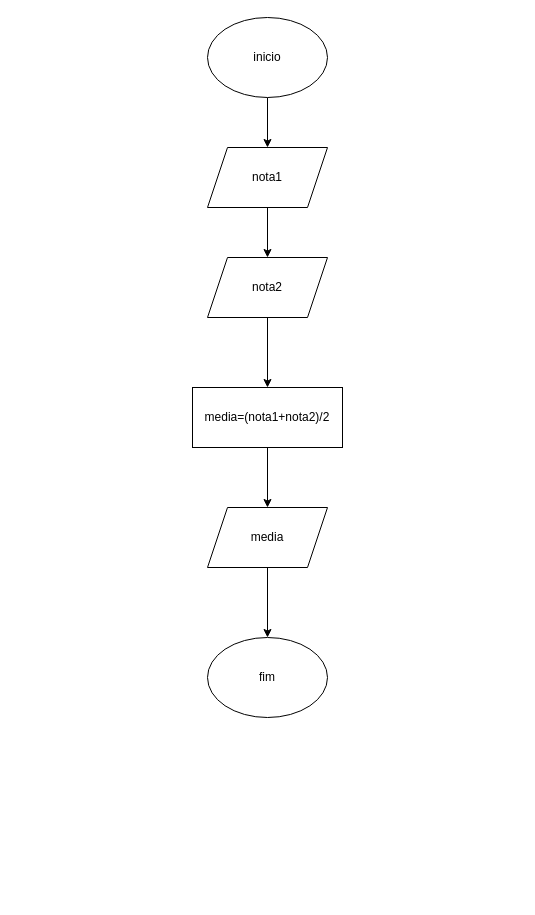
This is aula3/media.drawio from HendriKing/linguagemc, a draw.io file, before an edit. Source tidied: cells renumbered, new cells numbered last; positions are measured from the earlier drawing's top-left corner, leaving out a move shared by most shapes. Both pictures are drawn from the tidied source at 100%, with x=0, y=0 at pixel (192, 17).
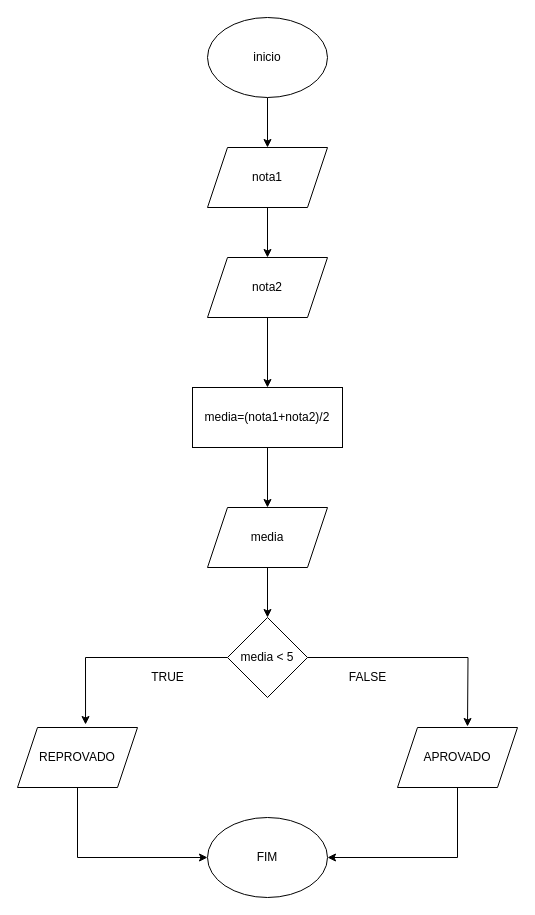
The same diagram, later.

The change refers to these unchanged cells:
```xml
<mxCell id="11" value="media" style="shape=parallelogram;perimeter=parallelogramPerimeter;whiteSpace=wrap;html=1;fixedSize=1;" parent="1" vertex="1">
  <mxGeometry x="15" y="490" width="120" height="60" as="geometry" />
</mxCell>
```

The edit, as a diff of the source:
```diff
@@
-    <mxCell id="10" style="edgeStyle=orthogonalEdgeStyle;rounded=0;jettySize=auto;html=1;entryX=0.5;entryY=0;entryDx=0;entryDy=0;" parent="1" edge="1" source="11" target="12">
-      <mxGeometry relative="1" as="geometry" />
-    </mxCell>
+    <mxCell id="13" style="edgeStyle=orthogonalEdgeStyle;rounded=0;jettySize=auto;html=1;" parent="1" edge="1" source="11" target="16">
+      <mxGeometry relative="1" as="geometry" />
+    </mxCell>
@@
-    <mxCell id="12" value="fim" style="ellipse;whiteSpace=wrap;html=1;" parent="1" vertex="1">
-      <mxGeometry x="15" y="620" width="120" height="80" as="geometry" />
-    </mxCell>
+    <mxCell id="14" style="edgeStyle=orthogonalEdgeStyle;rounded=0;jettySize=auto;html=1;entryX=0.567;entryY=-0.05;entryDx=0;entryDy=0;entryPerimeter=0;" parent="1" edge="1" source="16" target="18">
+      <mxGeometry relative="1" as="geometry" />
+    </mxCell>
+    <mxCell id="15" style="edgeStyle=orthogonalEdgeStyle;rounded=0;jettySize=auto;html=1;" parent="1" edge="1" source="16">
+      <mxGeometry relative="1" as="geometry">
+        <mxPoint x="275" y="709" as="targetPoint" />
+      </mxGeometry>
+    </mxCell>
+    <mxCell id="16" value="media &amp;lt; 5" style="rhombus;whiteSpace=wrap;html=1;" parent="1" vertex="1">
+      <mxGeometry x="35" y="600" width="80" height="80" as="geometry" />
+    </mxCell>
+    <mxCell id="17" style="edgeStyle=orthogonalEdgeStyle;rounded=0;jettySize=auto;html=1;entryX=0;entryY=0.5;entryDx=0;entryDy=0;" parent="1" edge="1" source="18" target="21">
+      <mxGeometry relative="1" as="geometry">
+        <Array as="points">
+          <mxPoint x="-115" y="840" />
+        </Array>
+      </mxGeometry>
+    </mxCell>
+    <mxCell id="18" value="REPROVADO" style="shape=parallelogram;perimeter=parallelogramPerimeter;whiteSpace=wrap;html=1;fixedSize=1;" parent="1" vertex="1">
+      <mxGeometry x="-175" y="710" width="120" height="60" as="geometry" />
+    </mxCell>
+    <mxCell id="19" style="edgeStyle=orthogonalEdgeStyle;rounded=0;jettySize=auto;html=1;entryX=1;entryY=0.5;entryDx=0;entryDy=0;" parent="1" edge="1" source="20" target="21">
+      <mxGeometry relative="1" as="geometry">
+        <Array as="points">
+          <mxPoint x="265" y="840" />
+        </Array>
+      </mxGeometry>
+    </mxCell>
+    <mxCell id="20" value="APROVADO" style="shape=parallelogram;perimeter=parallelogramPerimeter;whiteSpace=wrap;html=1;fixedSize=1;" parent="1" vertex="1">
+      <mxGeometry x="205" y="710" width="120" height="60" as="geometry" />
+    </mxCell>
+    <mxCell id="21" value="FIM" style="ellipse;whiteSpace=wrap;html=1;" parent="1" vertex="1">
+      <mxGeometry x="15" y="800" width="120" height="80" as="geometry" />
+    </mxCell>
+    <mxCell id="22" value="FALSE" style="text;html=1;align=center;verticalAlign=middle;" parent="1" vertex="1">
+      <mxGeometry x="150" y="650" width="50" height="20" as="geometry" />
+    </mxCell>
+    <mxCell id="23" value="TRUE" style="text;html=1;align=center;verticalAlign=middle;" parent="1" vertex="1">
+      <mxGeometry x="-50" y="650" width="50" height="20" as="geometry" />
+    </mxCell>
```
